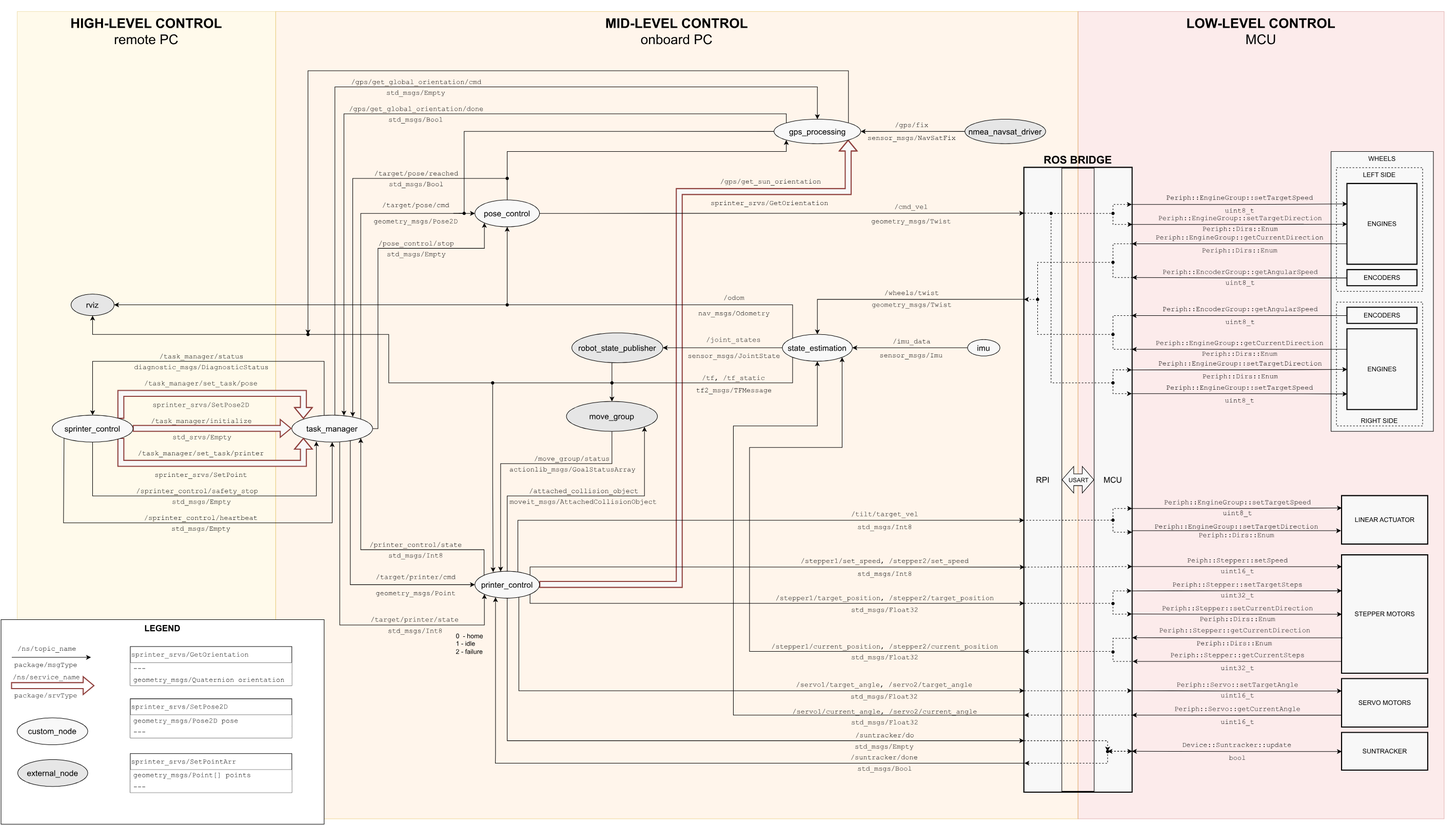
This is doc/sPrinter_design_diagram-SW_control.svg from Tomas-Jurov/sPrinter, a draw.io export, as it was before one commit. Source tidied: cells renumbered, new cells last; positions are measured from the earlier drawing's top-left corner, leaving out a move shared by most shapes.
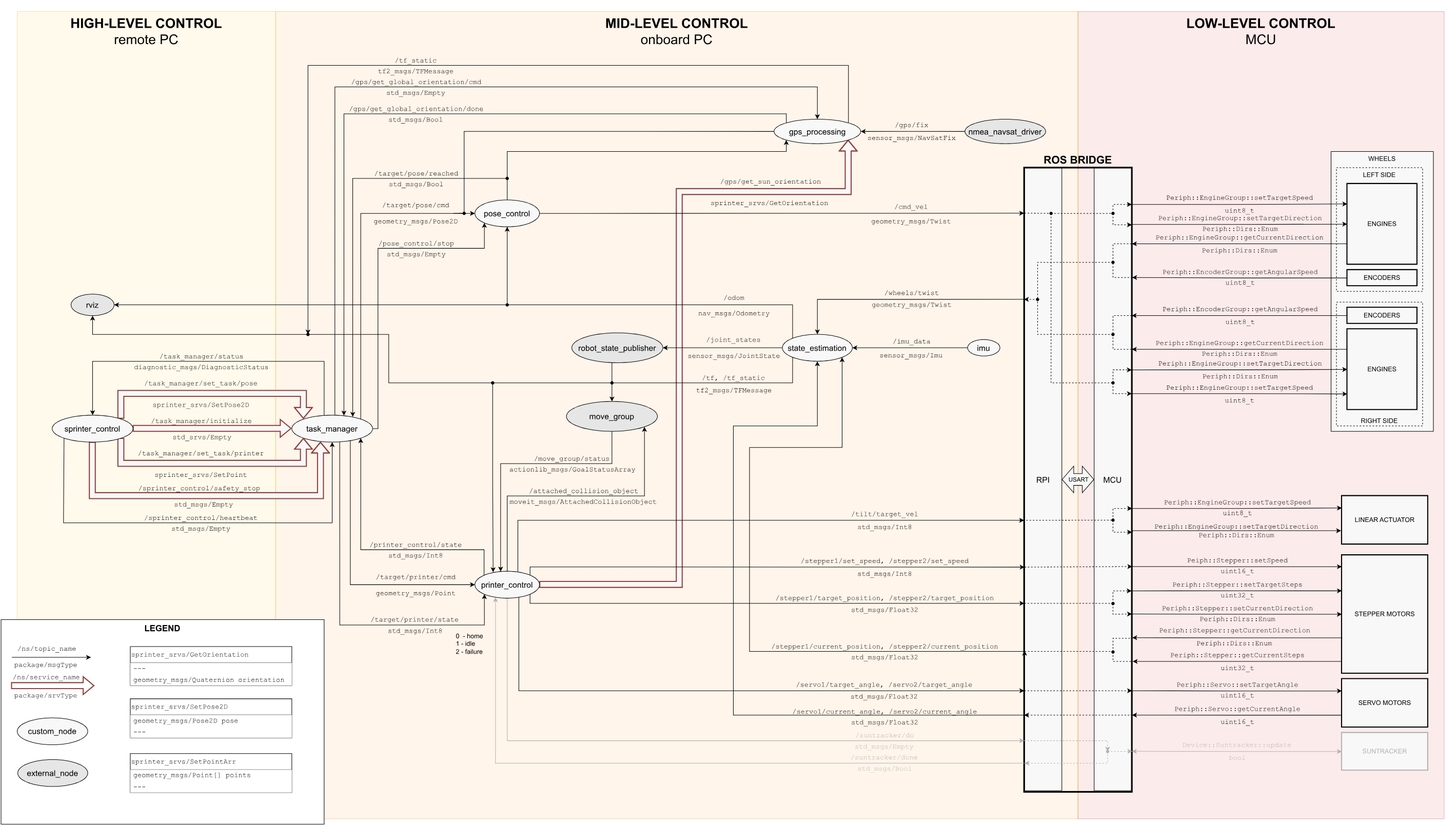
Above is the later version.

The edit, as a diff of the source:
```diff
@@ -240,10 +240,10 @@
       <mxGeometry x="130" y="545" width="80" height="40" as="geometry" />
     </mxCell>
     <mxCell id="46" value="&lt;font style=&quot;font-size: 15px;&quot;&gt;RPI&lt;/font&gt;" style="rounded=0;whiteSpace=wrap;html=1;fillColor=#F8F8F8;labelBackgroundColor=none;labelBorderColor=none;" parent="1" vertex="1">
-      <mxGeometry x="1900" y="310" width="70" height="1160" as="geometry" />
+      <mxGeometry x="1901" y="311" width="69" height="1157" as="geometry" />
     </mxCell>
     <mxCell id="47" value="&lt;font style=&quot;font-size: 15px;&quot;&gt;MCU&lt;/font&gt;" style="rounded=0;whiteSpace=wrap;html=1;fillColor=#F8F8F8;labelBackgroundColor=none;" parent="1" vertex="1">
-      <mxGeometry x="2030" y="310" width="70" height="1160" as="geometry" />
+      <mxGeometry x="2030" y="311" width="69" height="1157" as="geometry" />
     </mxCell>
     <mxCell id="48" style="edgeStyle=orthogonalEdgeStyle;rounded=0;jettySize=auto;html=1;entryX=-0.003;entryY=0.211;entryDx=0;entryDy=0;entryPerimeter=0;startArrow=classic;startFill=1;endArrow=none;endFill=0;exitX=0.5;exitY=0;exitDx=0;exitDy=0;labelBackgroundColor=none;" parent="1" edge="1" source="192" target="8">
       <mxGeometry relative="1" as="geometry">
@@ -395,7 +395,7 @@
         <mxPoint x="296" y="10" as="offset" />
       </mxGeometry>
     </mxCell>
-    <mxCell id="73" style="edgeStyle=orthogonalEdgeStyle;rounded=0;jettySize=auto;html=1;exitX=0.319;exitY=0.966;exitDx=0;exitDy=0;entryX=0.002;entryY=0.954;entryDx=0;entryDy=0;entryPerimeter=0;startArrow=classic;startFill=1;endArrow=none;endFill=0;exitPerimeter=0;" parent="1" edge="1" source="191" target="8">
+    <mxCell id="73" style="edgeStyle=orthogonalEdgeStyle;rounded=0;jettySize=auto;html=1;exitX=0.319;exitY=0.966;exitDx=0;exitDy=0;entryX=0.002;entryY=0.954;entryDx=0;entryDy=0;entryPerimeter=0;startArrow=classic;startFill=1;endArrow=none;endFill=0;exitPerimeter=0;strokeColor=#B3B3B3;" parent="1" edge="1" source="191" target="8">
       <mxGeometry relative="1" as="geometry">
         <Array as="points">
           <mxPoint x="918" y="1400" />
@@ -403,12 +403,12 @@
         </Array>
       </mxGeometry>
     </mxCell>
-    <mxCell id="74" value="/suntracker/done" style="edgeLabel;html=1;align=center;verticalAlign=middle;fontFamily=Courier New;labelBackgroundColor=none;fontSize=13;" parent="73" vertex="1">
+    <mxCell id="74" value="/suntracker/done" style="edgeLabel;html=1;align=center;verticalAlign=middle;fontFamily=Courier New;labelBackgroundColor=none;fontSize=13;fontColor=#B3B3B3;" parent="73" vertex="1">
       <mxGeometry x="0.46" y="1" relative="1" as="geometry">
         <mxPoint x="86" y="-10" as="offset" />
       </mxGeometry>
     </mxCell>
-    <mxCell id="75" value="std_msgs/Bool" style="edgeLabel;html=1;align=center;verticalAlign=middle;fontFamily=Courier New;labelBackgroundColor=none;fontSize=13;" parent="73" vertex="1">
+    <mxCell id="75" value="std_msgs/Bool" style="edgeLabel;html=1;align=center;verticalAlign=middle;fontFamily=Courier New;labelBackgroundColor=none;fontSize=13;fontColor=#B3B3B3;" parent="73" vertex="1">
       <mxGeometry x="0.48" relative="1" as="geometry">
         <mxPoint x="78" y="10" as="offset" />
       </mxGeometry>
@@ -791,36 +791,29 @@
         </Array>
       </mxGeometry>
     </mxCell>
-    <mxCell id="161" style="group;labelBackgroundColor=none;fillColor=#F8F8F8;" parent="1" vertex="1">
+    <mxCell id="161" style="group;labelBackgroundColor=none;fillColor=#F8F8F8;strokeColor=#B3B3B3;fontColor=#B3B3B3;" parent="1" vertex="1">
       <mxGeometry x="2490" y="1360" width="160" height="70" as="geometry" />
     </mxCell>
-    <mxCell id="162" value="SUNTRACKER" style="rounded=0;whiteSpace=wrap;html=1;strokeWidth=2;labelBackgroundColor=none;fillColor=none;" parent="161" vertex="1">
+    <mxCell id="162" value="&lt;font color=&quot;#b3b3b3&quot;&gt;SUNTRACKER&lt;/font&gt;" style="rounded=0;whiteSpace=wrap;html=1;strokeWidth=2;labelBackgroundColor=none;fillColor=none;strokeColor=#B3B3B3;" parent="161" vertex="1">
       <mxGeometry width="160" height="70" as="geometry" />
     </mxCell>
-    <mxCell id="163" style="edgeStyle=orthogonalEdgeStyle;rounded=0;jettySize=auto;html=1;exitX=0;exitY=0.5;exitDx=0;exitDy=0;entryX=1.001;entryY=0.935;entryDx=0;entryDy=0;entryPerimeter=0;startArrow=classic;startFill=1;labelBackgroundColor=none;" parent="1" edge="1" source="162" target="8">
+    <mxCell id="163" style="edgeStyle=orthogonalEdgeStyle;rounded=0;jettySize=auto;html=1;exitX=0;exitY=0.5;exitDx=0;exitDy=0;entryX=1.001;entryY=0.935;entryDx=0;entryDy=0;entryPerimeter=0;startArrow=classic;startFill=1;labelBackgroundColor=none;strokeColor=#B3B3B3;" parent="1" edge="1" source="162" target="8">
       <mxGeometry relative="1" as="geometry" />
     </mxCell>
-    <mxCell id="164" value="Device::Suntracker::update" style="edgeLabel;html=1;align=center;verticalAlign=middle;labelBackgroundColor=none;fontFamily=Courier New;fontSize=13;" parent="163" vertex="1">
+    <mxCell id="164" value="Device::Suntracker::update" style="edgeLabel;html=1;align=center;verticalAlign=middle;labelBackgroundColor=none;fontFamily=Courier New;fontSize=13;fontColor=#B3B3B3;" parent="163" vertex="1">
       <mxGeometry relative="1" as="geometry">
         <mxPoint x="-1" y="-12" as="offset" />
       </mxGeometry>
     </mxCell>
-    <mxCell id="165" value="bool" style="edgeLabel;html=1;align=center;verticalAlign=middle;labelBackgroundColor=none;fontFamily=Courier New;fontSize=13;" parent="163" vertex="1">
+    <mxCell id="165" value="bool" style="edgeLabel;html=1;align=center;verticalAlign=middle;labelBackgroundColor=none;fontFamily=Courier New;fontSize=13;fontColor=#B3B3B3;" parent="163" vertex="1">
       <mxGeometry relative="1" as="geometry">
         <mxPoint y="12" as="offset" />
       </mxGeometry>
     </mxCell>
-    <mxCell id="166" style="endArrow=none;html=1;rounded=0;entryX=1.004;entryY=0.935;entryDx=0;entryDy=0;entryPerimeter=0;dashed=1;exitDx=0;exitDy=0;exitPerimeter=0;labelBackgroundColor=none;edgeStyle=orthogonalEdgeStyle;startArrow=classic;startFill=1;endFill=0;exitX=0.646;exitY=0.492;" parent="1" edge="1" source="264" target="8">
-      <mxGeometry relative="1" as="geometry">
-        <Array as="points">
-          <mxPoint x="2101" y="1395" />
-        </Array>
-      </mxGeometry>
-    </mxCell>
-    <mxCell id="167" style="endArrow=classic;html=1;rounded=0;exitDx=0;exitDy=0;exitPerimeter=0;dashed=1;labelBackgroundColor=none;edgeStyle=orthogonalEdgeStyle;entryX=1.004;entryY=0.935;entryDx=0;entryDy=0;entryPerimeter=0;exitX=0.466;exitY=0.635;" parent="1" edge="1" source="264" target="8">
+    <mxCell id="167" style="endArrow=classic;html=1;rounded=0;exitDx=0;exitDy=0;exitPerimeter=0;dashed=1;labelBackgroundColor=none;edgeStyle=orthogonalEdgeStyle;entryX=1.004;entryY=0.935;entryDx=0;entryDy=0;entryPerimeter=0;exitX=0.466;exitY=0.635;strokeColor=#B3B3B3;" parent="1" edge="1" source="264" target="8">
       <mxGeometry relative="1" as="geometry">
         <Array as="points">
-          <mxPoint x="2101" y="1395" />
+          <mxPoint x="2070" y="1395" />
         </Array>
       </mxGeometry>
     </mxCell>
@@ -830,11 +823,21 @@
     <mxCell id="169" style="edgeStyle=orthogonalEdgeStyle;rounded=0;jettySize=auto;html=1;exitX=1;exitY=0;exitDx=0;exitDy=0;entryX=0.821;entryY=0.34;entryDx=0;entryDy=0;entryPerimeter=0;" parent="1" edge="1" source="170" target="266">
       <mxGeometry relative="1" as="geometry">
         <Array as="points">
-          <mxPoint x="1573" y="130" />
-          <mxPoint x="570" y="130" />
+          <mxPoint x="1573" y="120" />
+          <mxPoint x="570" y="120" />
         </Array>
       </mxGeometry>
     </mxCell>
+    <mxCell id="276" value="/tf_static" style="edgeLabel;html=1;align=center;verticalAlign=middle;fontSize=13;labelBackgroundColor=none;fontFamily=Courier New;" parent="169" vertex="1">
+      <mxGeometry x="0.14" y="-1" relative="1" as="geometry">
+        <mxPoint x="6" y="-9" as="offset" />
+      </mxGeometry>
+    </mxCell>
+    <mxCell id="277" value="tf2_msgs/TFMessage" style="edgeLabel;html=1;align=center;verticalAlign=middle;fontSize=13;labelBackgroundColor=none;fontFamily=Courier New;" parent="169" vertex="1">
+      <mxGeometry x="0.14" y="1" relative="1" as="geometry">
+        <mxPoint x="7" y="9" as="offset" />
+      </mxGeometry>
+    </mxCell>
     <mxCell id="170" value="gps_processing" style="ellipse;whiteSpace=wrap;html=1;labelBackgroundColor=none;fillColor=#F8F8F8;fontSize=15;" parent="1" vertex="1">
       <mxGeometry x="1435.5" y="220" width="161" height="45.5" as="geometry" />
     </mxCell>
@@ -898,19 +901,19 @@
         <mxPoint x="-3" y="17" as="offset" />
       </mxGeometry>
     </mxCell>
-    <mxCell id="184" style="endArrow=none;html=1;rounded=0;exitX=0;exitY=0.918;exitDx=0;exitDy=0;exitPerimeter=0;endFill=0;startArrow=classic;startFill=1;labelBackgroundColor=none;entryX=0.5;entryY=1;entryDx=0;entryDy=0;edgeStyle=orthogonalEdgeStyle;" parent="1" edge="1" source="8" target="191">
+    <mxCell id="184" style="endArrow=none;html=1;rounded=0;exitX=0;exitY=0.918;exitDx=0;exitDy=0;exitPerimeter=0;endFill=0;startArrow=classic;startFill=1;labelBackgroundColor=none;entryX=0.5;entryY=1;entryDx=0;entryDy=0;edgeStyle=orthogonalEdgeStyle;strokeColor=#B3B3B3;" parent="1" edge="1" source="8" target="191">
       <mxGeometry relative="1" as="geometry">
         <Array as="points">
           <mxPoint x="940" y="1375" />
         </Array>
       </mxGeometry>
     </mxCell>
-    <mxCell id="185" value="/suntracker/do" style="edgeLabel;html=1;align=center;verticalAlign=middle;labelBackgroundColor=none;fontSize=13;fontFamily=Courier New;" parent="184" vertex="1">
+    <mxCell id="185" value="/suntracker/do" style="edgeLabel;html=1;align=center;verticalAlign=middle;labelBackgroundColor=none;fontSize=13;fontFamily=Courier New;fontColor=#B3B3B3;" parent="184" vertex="1">
       <mxGeometry x="-0.42" relative="1" as="geometry">
         <mxPoint x="98" y="-10" as="offset" />
       </mxGeometry>
     </mxCell>
-    <mxCell id="186" value="std_msgs/Empty" style="edgeLabel;html=1;align=center;verticalAlign=middle;labelBackgroundColor=none;fontSize=13;fontFamily=Courier New;" parent="184" vertex="1">
+    <mxCell id="186" value="std_msgs/Empty" style="edgeLabel;html=1;align=center;verticalAlign=middle;labelBackgroundColor=none;fontSize=13;fontFamily=Courier New;fontColor=#B3B3B3;" parent="184" vertex="1">
       <mxGeometry x="-0.42" y="-1" relative="1" as="geometry">
         <mxPoint x="97" y="12" as="offset" />
       </mxGeometry>
@@ -1019,23 +1022,23 @@
         <mxPoint x="-11" y="23" as="offset" />
       </mxGeometry>
     </mxCell>
-    <mxCell id="207" style="edgeStyle=orthogonalEdgeStyle;rounded=0;jettySize=auto;html=1;exitX=0.5;exitY=1;exitDx=0;exitDy=0;entryX=0.304;entryY=0.978;entryDx=0;entryDy=0;entryPerimeter=0;" parent="1" edge="1" source="213" target="44">
+    <mxCell id="207" style="edgeStyle=orthogonalEdgeStyle;rounded=0;jettySize=auto;html=1;exitX=0.5;exitY=1;exitDx=0;exitDy=0;entryX=0.358;entryY=0.996;entryDx=0;entryDy=0;entryPerimeter=0;shape=flexArrow;strokeColor=#91423F;strokeWidth=2;fillColor=#F8F8F8;" parent="1" edge="1" source="213" target="44">
       <mxGeometry relative="1" as="geometry">
         <Array as="points">
           <mxPoint x="170" y="920" />
-          <mxPoint x="586" y="920" />
-          <mxPoint x="586" y="819" />
+          <mxPoint x="594" y="920" />
+          <mxPoint x="594" y="820" />
         </Array>
       </mxGeometry>
     </mxCell>
     <mxCell id="208" value="/sprinter_control/safety_stop" style="edgeLabel;html=1;align=center;verticalAlign=middle;fontSize=13;labelBackgroundColor=none;fontFamily=Courier New;" parent="207" vertex="1">
       <mxGeometry x="0.06" y="-1" relative="1" as="geometry">
-        <mxPoint x="-32" y="-11" as="offset" />
+        <mxPoint x="-32" y="-16" as="offset" />
       </mxGeometry>
     </mxCell>
     <mxCell id="209" value="std_msgs/Empty" style="edgeLabel;html=1;align=center;verticalAlign=middle;fontSize=13;labelBackgroundColor=none;fontFamily=Courier New;" parent="207" vertex="1">
       <mxGeometry x="-0.05" y="2" relative="1" as="geometry">
-        <mxPoint x="8" y="12" as="offset" />
+        <mxPoint x="8" y="17" as="offset" />
       </mxGeometry>
     </mxCell>
     <mxCell id="210" style="edgeStyle=orthogonalEdgeStyle;rounded=0;jettySize=auto;html=1;exitX=0;exitY=1;exitDx=0;exitDy=0;entryX=0.5;entryY=1;entryDx=0;entryDy=0;" parent="1" edge="1" source="213" target="44">
@@ -1272,14 +1275,14 @@
     <mxCell id="261" style="shape=waypoint;sketch=0;fillStyle=solid;size=6;points=[];fillColor=none;perimeter=centerPerimeter;snapToPoint=1;" parent="1" vertex="1">
       <mxGeometry x="2055" y="1200" width="20" height="20" as="geometry" />
     </mxCell>
-    <mxCell id="262" style="endArrow=classic;html=1;rounded=0;exitX=0;exitY=0.918;exitDx=0;exitDy=0;exitPerimeter=0;dashed=1;labelBackgroundColor=none;edgeStyle=orthogonalEdgeStyle;entryDx=0;entryDy=0;entryPerimeter=0;entryX=0.04;entryY=1.052;" parent="1" edge="1" source="8" target="264">
+    <mxCell id="262" style="endArrow=classic;html=1;rounded=0;exitX=0;exitY=0.918;exitDx=0;exitDy=0;exitPerimeter=0;dashed=1;labelBackgroundColor=none;edgeStyle=orthogonalEdgeStyle;entryDx=0;entryDy=0;entryPerimeter=0;entryX=0.04;entryY=1.052;strokeColor=#B3B3B3;" parent="1" edge="1" source="8" target="264">
       <mxGeometry relative="1" as="geometry">
         <Array as="points">
           <mxPoint x="2055" y="1375" />
         </Array>
       </mxGeometry>
     </mxCell>
-    <mxCell id="263" style="endArrow=none;html=1;rounded=0;entryDx=0;entryDy=0;entryPerimeter=0;dashed=1;exitX=0.003;exitY=0.954;exitDx=0;exitDy=0;exitPerimeter=0;labelBackgroundColor=none;edgeStyle=orthogonalEdgeStyle;startArrow=classic;startFill=1;endFill=0;entryX=0.655;entryY=0.55;" parent="1" edge="1" source="8" target="264">
+    <mxCell id="263" style="endArrow=none;html=1;rounded=0;entryDx=0;entryDy=0;entryPerimeter=0;dashed=1;exitX=0.003;exitY=0.954;exitDx=0;exitDy=0;exitPerimeter=0;labelBackgroundColor=none;edgeStyle=orthogonalEdgeStyle;startArrow=classic;startFill=1;endFill=0;entryX=0.655;entryY=0.55;strokeColor=#B3B3B3;" parent="1" edge="1" source="8" target="264">
       <mxGeometry relative="1" as="geometry">
         <Array as="points">
           <mxPoint x="2007" y="1417" />
@@ -1287,7 +1290,7 @@
         </Array>
       </mxGeometry>
     </mxCell>
-    <mxCell id="264" style="shape=waypoint;sketch=0;fillStyle=solid;size=6;points=[];fillColor=none;perimeter=centerPerimeter;snapToPoint=1;" parent="1" vertex="1">
+    <mxCell id="264" style="shape=waypoint;sketch=0;fillStyle=solid;size=6;points=[];fillColor=none;perimeter=centerPerimeter;snapToPoint=1;strokeColor=#B3B3B3;" parent="1" vertex="1">
       <mxGeometry x="2045" y="1385" width="20" height="20" as="geometry" />
     </mxCell>
     <mxCell id="265" style="edgeStyle=orthogonalEdgeStyle;rounded=0;jettySize=auto;html=1;exitX=0.685;exitY=0.161;exitDx=0;exitDy=0;entryDx=0;entryDy=0;labelBackgroundColor=none;exitPerimeter=0;entryX=0.726;entryY=0.573;entryPerimeter=0;endArrow=none;endFill=0;" parent="1" edge="1" source="215" target="266">
```
